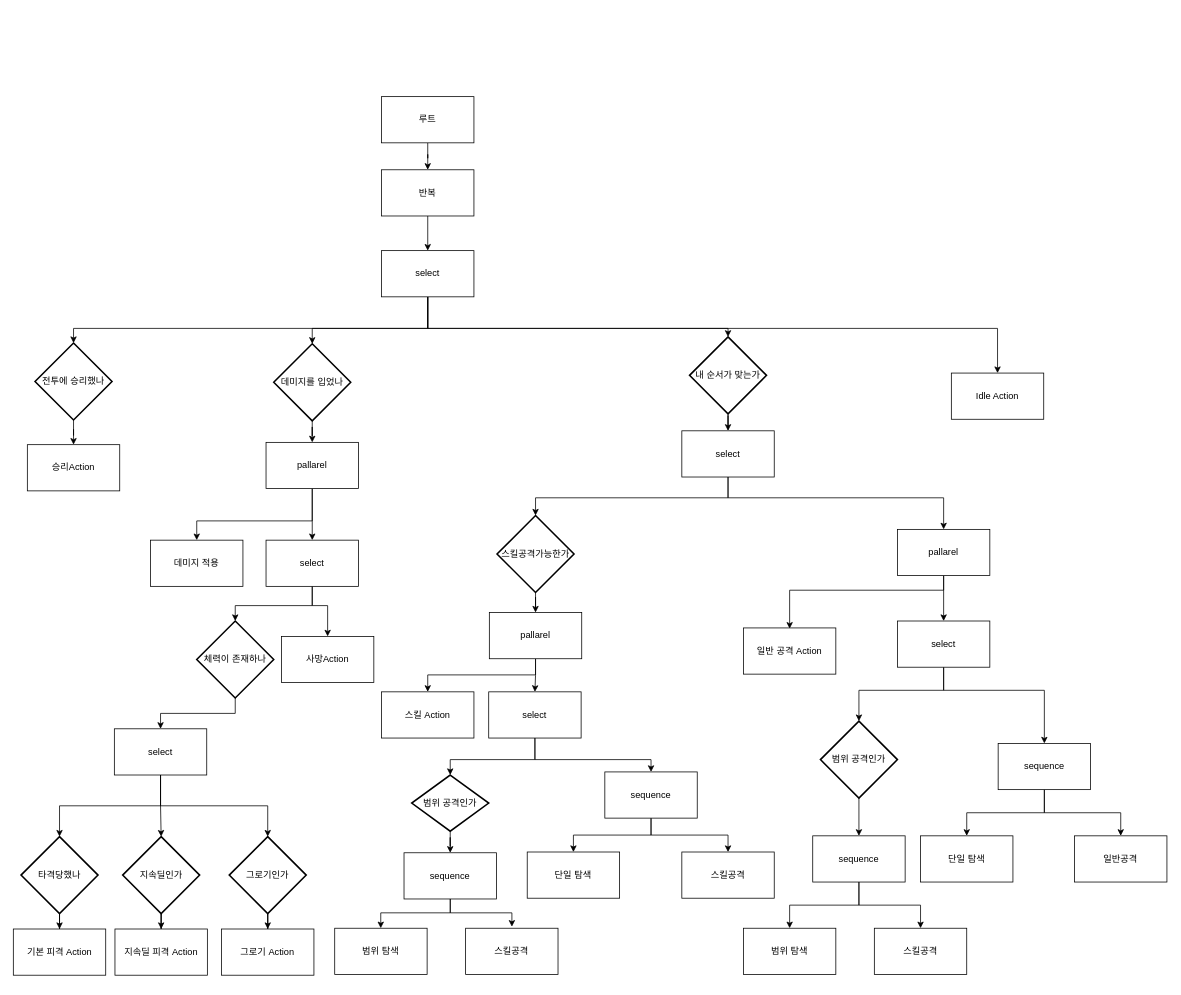
This is BT.drawio from JeongJunSoo94/NeglectTypeRPGGameLP, a draw.io file, before an edit. Source tidied: cells renumbered, new cells numbered last; positions are measured from the earlier drawing's top-left corner, leaving out a move shared by most shapes. Both pictures are drawn from the tidied source at 77%, with x=0, y=0 at pixel (13, 96).
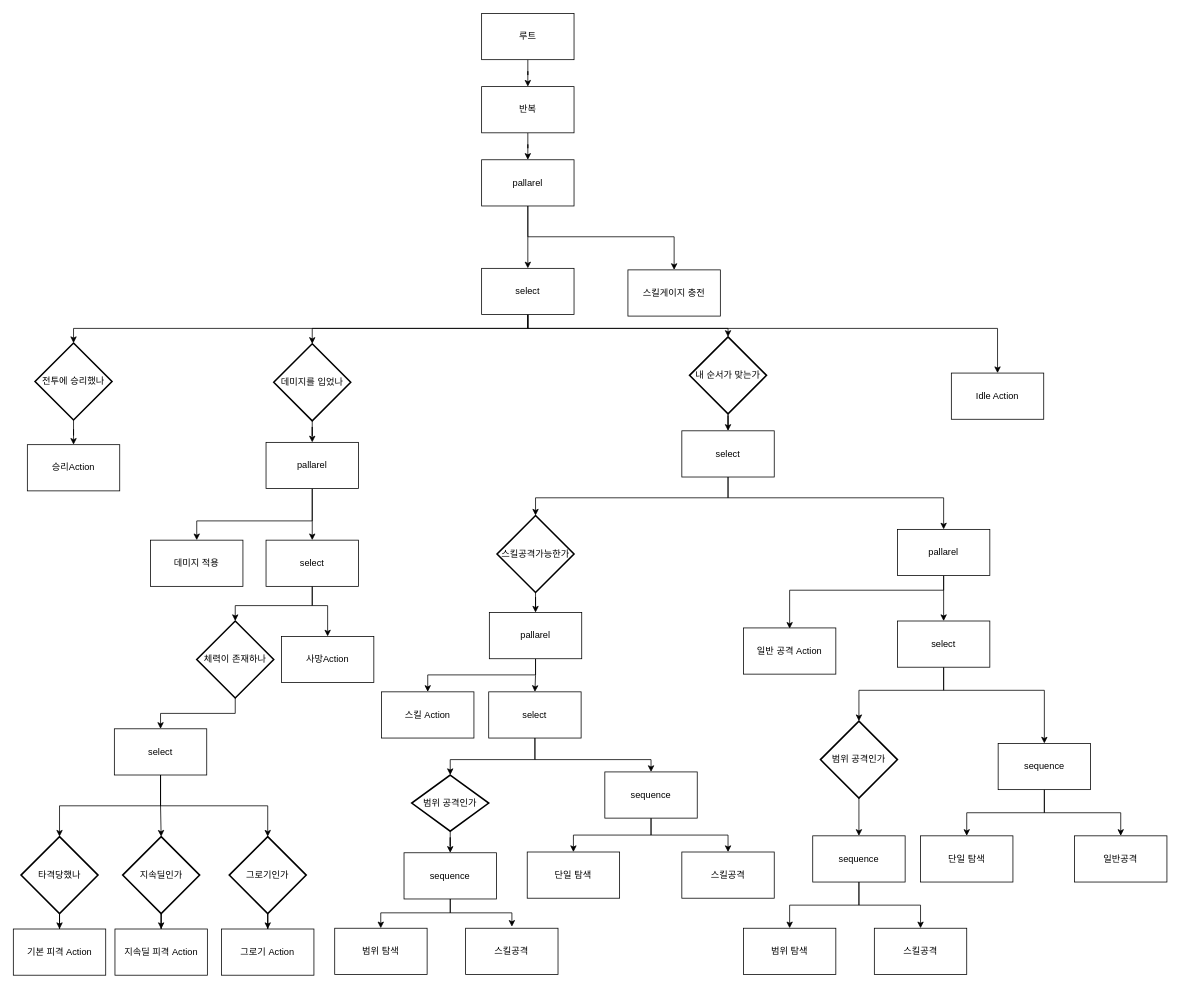
The same page after the edit.

Unchanged cells that the change refers to:
```xml
<mxCell id="7" value="전투에 승리했나" style="strokeWidth=2;html=1;shape=mxgraph.flowchart.decision;whiteSpace=wrap;" parent="1" vertex="1">
  <mxGeometry x="28" y="320" width="100" height="100" as="geometry" />
</mxCell>
<mxCell id="13" value="데미지를 입었나" style="strokeWidth=2;html=1;shape=mxgraph.flowchart.decision;whiteSpace=wrap;" parent="1" vertex="1">
  <mxGeometry x="338" y="321" width="100" height="100" as="geometry" />
</mxCell>
<mxCell id="32" value="내 순서가 맞는가" style="strokeWidth=2;html=1;shape=mxgraph.flowchart.decision;whiteSpace=wrap;" parent="1" vertex="1">
  <mxGeometry x="878" y="312" width="100" height="100" as="geometry" />
</mxCell>
<mxCell id="39" value="Idle Action" style="rounded=0;whiteSpace=wrap;html=1;" parent="1" vertex="1">
  <mxGeometry x="1218" y="359" width="120" height="60" as="geometry" />
</mxCell>
```

Diff of the diagram source:
```diff
@@
     <mxCell id="3" value="루트" style="rounded=0;whiteSpace=wrap;html=1;" parent="1" vertex="1">
-      <mxGeometry x="478" width="120" height="60" as="geometry" />
+      <mxGeometry x="608" y="-108" width="120" height="60" as="geometry" />
     </mxCell>
-    <mxCell id="4" style="edgeStyle=orthogonalEdgeStyle;rounded=0;jettySize=auto;html=1;entryX=0.5;entryY=0;entryDx=0;entryDy=0;" parent="1" edge="1" source="5" target="30">
-      <mxGeometry relative="1" as="geometry" />
-    </mxCell>
+    <mxCell id="86" style="edgeStyle=orthogonalEdgeStyle;rounded=0;jettySize=auto;html=1;entryX=0.5;entryY=0;entryDx=0;entryDy=0;" parent="1" edge="1" source="5" target="89">
+      <mxGeometry relative="1" as="geometry" />
+    </mxCell>
     <mxCell id="5" value="반복" style="rounded=0;whiteSpace=wrap;html=1;" parent="1" vertex="1">
-      <mxGeometry x="478" y="95" width="120" height="60" as="geometry" />
+      <mxGeometry x="608" y="-13" width="120" height="60" as="geometry" />
     </mxCell>
@@
     <mxCell id="26" style="edgeStyle=orthogonalEdgeStyle;rounded=0;jettySize=auto;html=1;entryX=0.5;entryY=0;entryDx=0;entryDy=0;entryPerimeter=0;exitX=0.5;exitY=1;exitDx=0;exitDy=0;" parent="1" edge="1" source="30" target="13">
       <mxGeometry relative="1" as="geometry">
         <Array as="points">
-          <mxPoint x="538" y="301" />
+          <mxPoint x="668" y="301" />
           <mxPoint x="388" y="301" />
         </Array>
       </mxGeometry>
     </mxCell>
     <mxCell id="27" style="edgeStyle=orthogonalEdgeStyle;rounded=0;jettySize=auto;html=1;entryX=0.5;entryY=0;entryDx=0;entryDy=0;entryPerimeter=0;exitX=0.5;exitY=1;exitDx=0;exitDy=0;" parent="1" edge="1" source="30" target="32">
       <mxGeometry relative="1" as="geometry">
         <Array as="points">
-          <mxPoint x="538" y="301" />
+          <mxPoint x="668" y="301" />
           <mxPoint x="928" y="301" />
         </Array>
       </mxGeometry>
     </mxCell>
     <mxCell id="28" style="edgeStyle=orthogonalEdgeStyle;rounded=0;jettySize=auto;html=1;entryX=0.5;entryY=0;entryDx=0;entryDy=0;exitX=0.5;exitY=1;exitDx=0;exitDy=0;" parent="1" edge="1" source="30" target="39">
       <mxGeometry relative="1" as="geometry">
         <Array as="points">
-          <mxPoint x="538" y="301" />
+          <mxPoint x="668" y="301" />
           <mxPoint x="1278" y="301" />
         </Array>
       </mxGeometry>
     </mxCell>
     <mxCell id="29" style="edgeStyle=orthogonalEdgeStyle;rounded=0;jettySize=auto;html=1;entryX=0.5;entryY=0;entryDx=0;entryDy=0;entryPerimeter=0;" parent="1" edge="1" source="30" target="7">
       <mxGeometry relative="1" as="geometry">
         <Array as="points">
-          <mxPoint x="538" y="301" />
+          <mxPoint x="668" y="301" />
           <mxPoint x="78" y="301" />
         </Array>
       </mxGeometry>
     </mxCell>
     <mxCell id="30" value="select" style="rounded=0;whiteSpace=wrap;html=1;" parent="1" vertex="1">
-      <mxGeometry x="478" y="200" width="120" height="60" as="geometry" />
+      <mxGeometry x="608" y="223" width="120" height="60" as="geometry" />
     </mxCell>
@@
+    <mxCell id="87" style="edgeStyle=orthogonalEdgeStyle;rounded=0;jettySize=auto;html=1;" parent="1" edge="1" source="89" target="30">
+      <mxGeometry relative="1" as="geometry" />
+    </mxCell>
+    <mxCell id="88" style="edgeStyle=orthogonalEdgeStyle;rounded=0;jettySize=auto;html=1;entryX=0.5;entryY=0;entryDx=0;entryDy=0;" parent="1" edge="1" source="89" target="90">
+      <mxGeometry relative="1" as="geometry">
+        <Array as="points">
+          <mxPoint x="668" y="182" />
+          <mxPoint x="858" y="182" />
+        </Array>
+      </mxGeometry>
+    </mxCell>
+    <mxCell id="89" value="pallarel" style="rounded=0;whiteSpace=wrap;html=1;" parent="1" vertex="1">
+      <mxGeometry x="608" y="82" width="120" height="60" as="geometry" />
+    </mxCell>
+    <mxCell id="90" value="스킬게이지 충전" style="rounded=0;whiteSpace=wrap;html=1;" parent="1" vertex="1">
+      <mxGeometry x="798" y="225" width="120" height="60" as="geometry" />
+    </mxCell>
```
